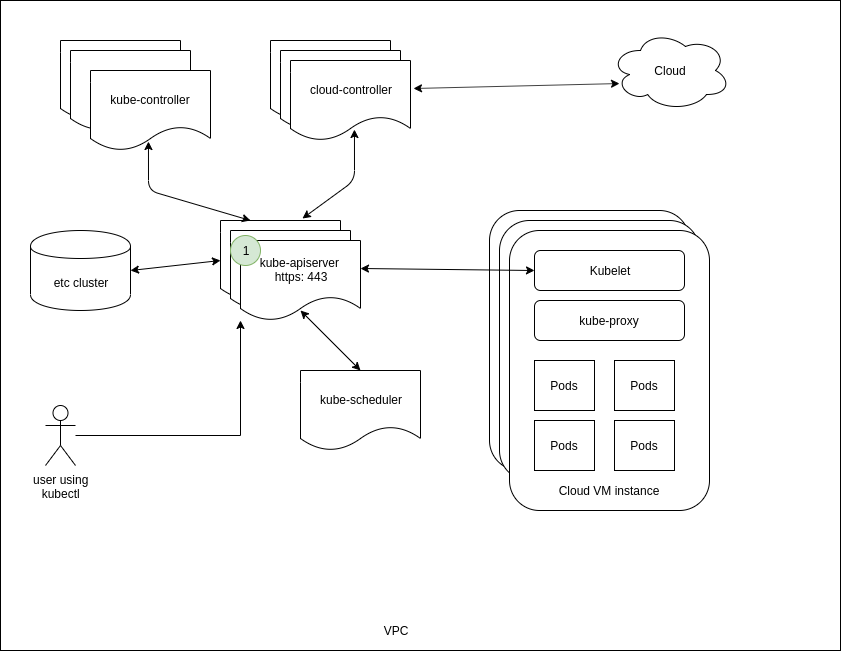
This is docs/kubernetes-security/images/kubernetes-controle-plane.png from ManagedKube/kubernetes-ops, a draw.io export, as it was before one commit. Source tidied: cells renumbered, new cells last; positions are measured from the earlier drawing's top-left corner, leaving out a move shared by most shapes.
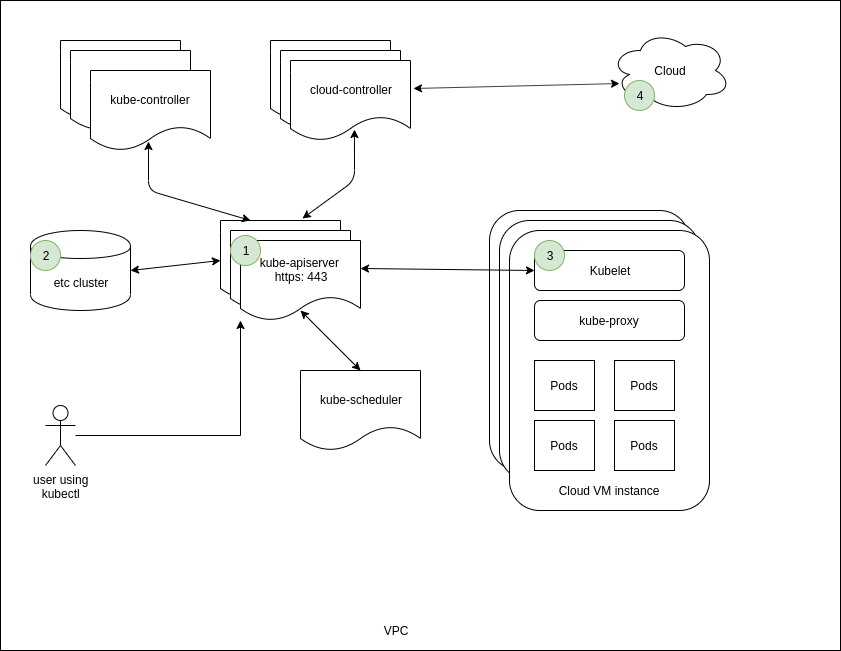
Above is the later version.

Diff of the diagram source:
```diff
@@ -147,5 +147,14 @@
     <mxCell id="46" value="1" style="ellipse;whiteSpace=wrap;html=1;fillColor=#d5e8d4;strokeColor=#82b366;" parent="1" vertex="1">
       <mxGeometry x="230" y="235" width="30" height="30" as="geometry" />
     </mxCell>
+    <mxCell id="47" value="2&lt;span style=&quot;color: rgba(0 , 0 , 0 , 0) ; font-family: &amp;#34;helvetica&amp;#34; , &amp;#34;arial&amp;#34; , sans-serif ; font-size: 0px ; white-space: nowrap&quot;&gt;%3CmxGraphModel%3E%3Croot%3E%3CmxCell%20id%3D%220%22%2F%3E%3CmxCell%20id%3D%221%22%20parent%3D%220%22%2F%3E%3CmxCell%20id%3D%222%22%20value%3D%221%22%20style%3D%22ellipse%3BwhiteSpace%3Dwrap%3Bhtml%3D1%3Baspect%3Dfixed%3BfillColor%3D%23d5e8d4%3BstrokeColor%3D%2382b366%3B%22%20vertex%3D%221%22%20parent%3D%221%22%3E%3CmxGeometry%20x%3D%22270%22%20y%3D%22-845%22%20width%3D%2230%22%20height%3D%2230%22%20as%3D%22geometry%22%2F%3E%3C%2FmxCell%3E%3C%2Froot%3E%3C%2FmxGraphModel%3E&lt;/span&gt;" style="ellipse;whiteSpace=wrap;html=1;fillColor=#d5e8d4;strokeColor=#82b366;" parent="1" vertex="1">
+      <mxGeometry x="30" y="240" width="30" height="30" as="geometry" />
+    </mxCell>
+    <mxCell id="48" value="3" style="ellipse;whiteSpace=wrap;html=1;fillColor=#d5e8d4;strokeColor=#82b366;" parent="1" vertex="1">
+      <mxGeometry x="534" y="240" width="30" height="30" as="geometry" />
+    </mxCell>
+    <mxCell id="49" value="4" style="ellipse;whiteSpace=wrap;html=1;fillColor=#d5e8d4;strokeColor=#82b366;" parent="1" vertex="1">
+      <mxGeometry x="624" y="80" width="30" height="30" as="geometry" />
+    </mxCell>
   </root>
 </mxGraphModel>
```
